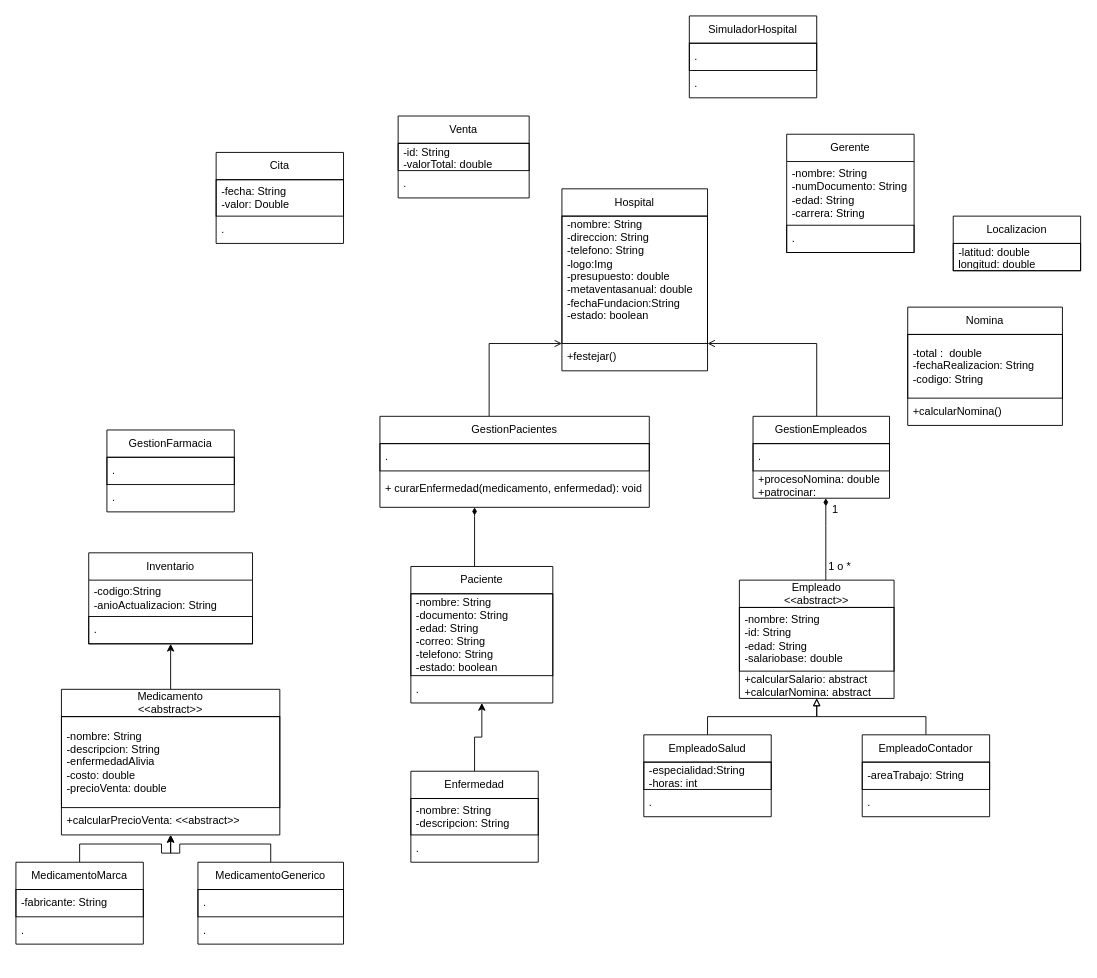
Above: Hospital.drawio in Abraham7905/Hospital-Project (draw.io), before the change. Source tidied: cells renumbered, new cells numbered last; positions are measured from the earlier drawing's top-left corner, leaving out a move shared by most shapes. Both pictures are drawn from the tidied source at 91%, with x=0, y=0 at pixel (15, 15).
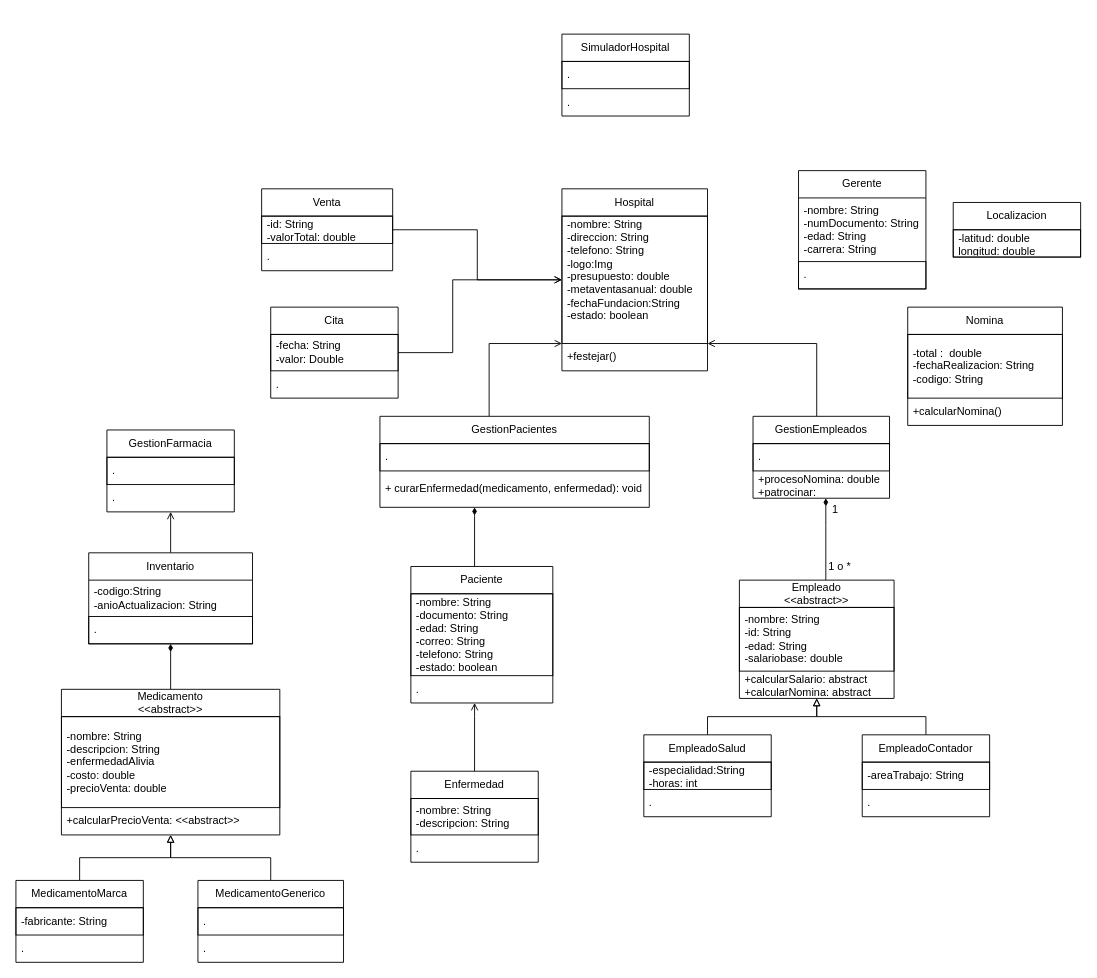
After the change.

Commit message:
Diagrama de clases terminado

The change refers to these unchanged cells:
```xml
<mxCell id="2" value="Hospital" style="swimlane;fontStyle=0;horizontal=1;startSize=30;whiteSpace=wrap;html=1;" parent="1" vertex="1">
  <mxGeometry x="600" y="190" width="160" height="200" as="geometry" />
</mxCell>
<mxCell id="6" value="Paciente" style="swimlane;fontStyle=0;horizontal=1;startSize=30;whiteSpace=wrap;html=1;" parent="1" vertex="1">
  <mxGeometry x="434" y="605" width="156" height="150" as="geometry" />
</mxCell>
<mxCell id="13" value="GestionFarmacia" style="swimlane;fontStyle=0;horizontal=1;startSize=30;whiteSpace=wrap;html=1;" parent="1" vertex="1">
  <mxGeometry x="100" y="455" width="140" height="90" as="geometry" />
</mxCell>
<mxCell id="52" value="Enfermedad" style="swimlane;fontStyle=0;horizontal=1;startSize=30;whiteSpace=wrap;html=1;" parent="1" vertex="1">
  <mxGeometry x="434" y="830" width="140" height="100" as="geometry" />
</mxCell>
<mxCell id="55" value="Inventario" style="swimlane;fontStyle=0;horizontal=1;startSize=30;whiteSpace=wrap;html=1;" parent="1" vertex="1">
  <mxGeometry x="80" y="590" width="180" height="100" as="geometry" />
</mxCell>
<mxCell id="59" value="Medicamento&lt;br&gt;&amp;lt;&amp;lt;abstract&amp;gt;&amp;gt;" style="swimlane;fontStyle=0;horizontal=1;startSize=30;whiteSpace=wrap;html=1;" parent="1" vertex="1">
  <mxGeometry x="50" y="740" width="240" height="160" as="geometry" />
</mxCell>
```

Diff of the diagram source:
```diff
@@
     <mxCell id="16" value="Gerente" style="swimlane;fontStyle=0;horizontal=1;startSize=30;whiteSpace=wrap;html=1;" parent="1" vertex="1">
-      <mxGeometry x="847" y="130" width="140" height="130" as="geometry" />
+      <mxGeometry x="860" y="170" width="140" height="130" as="geometry" />
     </mxCell>
@@
     <mxCell id="37" value="SimuladorHospital" style="swimlane;fontStyle=0;horizontal=1;startSize=30;whiteSpace=wrap;html=1;" parent="1" vertex="1">
-      <mxGeometry x="740" width="140" height="90" as="geometry" />
+      <mxGeometry x="600" y="20" width="140" height="90" as="geometry" />
     </mxCell>
@@
     <mxCell id="40" value="Localizacion" style="swimlane;fontStyle=0;horizontal=1;startSize=30;whiteSpace=wrap;html=1;" parent="1" vertex="1">
-      <mxGeometry x="1030" y="220" width="140" height="60" as="geometry" />
+      <mxGeometry x="1030" y="205" width="140" height="60" as="geometry" />
     </mxCell>
@@
+    <mxCell id="70" style="edgeStyle=orthogonalEdgeStyle;rounded=0;jettySize=auto;html=1;endArrow=open;endFill=0;" parent="1" edge="1" source="42" target="2">
+      <mxGeometry relative="1" as="geometry">
+        <Array as="points">
+          <mxPoint x="480" y="370" />
+          <mxPoint x="480" y="290" />
+        </Array>
+      </mxGeometry>
+    </mxCell>
     <mxCell id="42" value="Cita" style="swimlane;fontStyle=0;horizontal=1;startSize=30;whiteSpace=wrap;html=1;" parent="1" vertex="1">
-      <mxGeometry x="220" y="150" width="140" height="100" as="geometry" />
+      <mxGeometry x="280" y="320" width="140" height="100" as="geometry" />
     </mxCell>
@@
+    <mxCell id="71" style="edgeStyle=orthogonalEdgeStyle;rounded=0;jettySize=auto;html=1;endArrow=open;endFill=0;" parent="1" edge="1" source="48" target="2">
+      <mxGeometry relative="1" as="geometry" />
+    </mxCell>
     <mxCell id="48" value="Venta" style="swimlane;fontStyle=0;horizontal=1;startSize=30;whiteSpace=wrap;html=1;" parent="1" vertex="1">
-      <mxGeometry x="420" y="110" width="144" height="90" as="geometry" />
+      <mxGeometry x="270" y="190" width="144" height="90" as="geometry" />
     </mxCell>
@@
-    <mxCell id="51" style="edgeStyle=orthogonalEdgeStyle;rounded=0;jettySize=auto;html=1;" parent="1" edge="1" source="52" target="6">
-      <mxGeometry relative="1" as="geometry" />
+    <mxCell id="51" style="edgeStyle=orthogonalEdgeStyle;rounded=0;jettySize=auto;html=1;endArrow=open;endFill=0;" parent="1" edge="1" source="52" target="6">
+      <mxGeometry relative="1" as="geometry">
+        <Array as="points">
+          <mxPoint x="504" y="770" />
+          <mxPoint x="504" y="770" />
+        </Array>
+      </mxGeometry>
     </mxCell>
@@
+    <mxCell id="72" style="edgeStyle=orthogonalEdgeStyle;rounded=0;jettySize=auto;html=1;endArrow=open;endFill=0;" parent="1" edge="1" source="55" target="13">
+      <mxGeometry relative="1" as="geometry" />
+    </mxCell>
@@
-    <mxCell id="58" style="edgeStyle=orthogonalEdgeStyle;rounded=0;jettySize=auto;html=1;" parent="1" edge="1" source="59" target="55">
+    <mxCell id="58" style="edgeStyle=orthogonalEdgeStyle;rounded=0;jettySize=auto;html=1;endArrow=diamondThin;endFill=1;" parent="1" edge="1" source="59" target="55">
       <mxGeometry relative="1" as="geometry" />
     </mxCell>
@@
-    <mxCell id="62" style="edgeStyle=orthogonalEdgeStyle;rounded=0;jettySize=auto;html=1;" parent="1" edge="1" source="63" target="59">
+    <mxCell id="62" style="edgeStyle=orthogonalEdgeStyle;rounded=0;jettySize=auto;html=1;endArrow=block;endFill=0;" parent="1" edge="1" source="63" target="59">
       <mxGeometry relative="1" as="geometry" />
     </mxCell>
     <mxCell id="63" value="MedicamentoGenerico" style="swimlane;fontStyle=0;horizontal=1;startSize=30;whiteSpace=wrap;html=1;" parent="1" vertex="1">
-      <mxGeometry x="200" y="930" width="160" height="90" as="geometry" />
+      <mxGeometry x="200" y="950" width="160" height="90" as="geometry" />
     </mxCell>
@@
-    <mxCell id="66" style="edgeStyle=orthogonalEdgeStyle;rounded=0;jettySize=auto;html=1;" parent="1" edge="1" source="67" target="59">
+    <mxCell id="66" style="edgeStyle=orthogonalEdgeStyle;rounded=0;jettySize=auto;html=1;endArrow=block;endFill=0;" parent="1" edge="1" source="67" target="59">
       <mxGeometry relative="1" as="geometry" />
     </mxCell>
     <mxCell id="67" value="MedicamentoMarca" style="swimlane;fontStyle=0;horizontal=1;startSize=30;whiteSpace=wrap;html=1;" parent="1" vertex="1">
-      <mxGeometry y="930" width="140" height="90" as="geometry" />
+      <mxGeometry y="950" width="140" height="90" as="geometry" />
     </mxCell>
```
